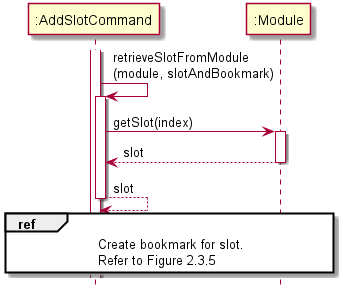
Earlier version of the PlantUML export docs/diagrams/addSlotSequenceDiagram4.png (nus-cs2113-AY2021S1/tp). Source of this version:
```plantuml
@startuml
hide footbox
skinparam ParticipantPadding 20

participant ":AddSlotCommand" as AddSlotCommand
participant ":Module" as Module


activate AddSlotCommand

AddSlotCommand -> AddSlotCommand : retrieveSlotFromModule\n(module, slotAndBookmark)
activate AddSlotCommand

AddSlotCommand -> Module : getSlot(index)
activate Module

Module --> AddSlotCommand : slot
deactivate Module

AddSlotCommand --> AddSlotCommand : slot
deactivate AddSlotCommand

ref over AddSlotCommand, Module
    Create bookmark for slot.
    Refer to Figure 2.3.5
end ref



@enduml
```
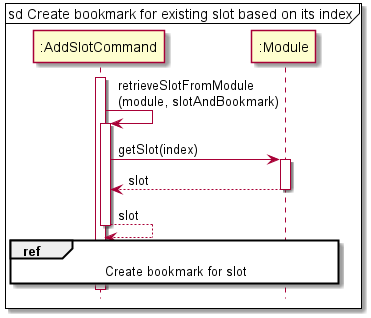
The same file after the commit.

What changed in the source:
```diff
@@ -1,6 +1,8 @@
 @startuml
 hide footbox
 skinparam ParticipantPadding 20
+
+mainframe sd Create bookmark for existing slot based on its index
 
 participant ":AddSlotCommand" as AddSlotCommand
 participant ":Module" as Module
@@ -21,8 +23,7 @@
 deactivate AddSlotCommand
 
 ref over AddSlotCommand, Module
-    Create bookmark for slot.
-    Refer to Figure 2.3.5
+    Create bookmark for slot
 end ref
 
 
```
